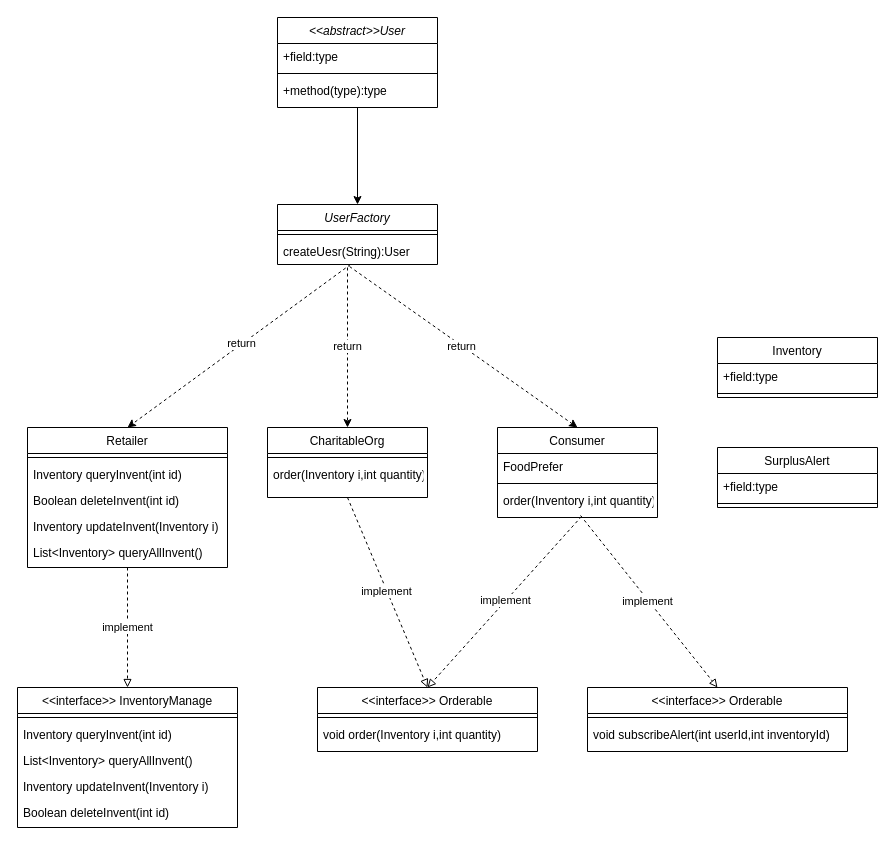
panjuncai/Req keeps this draw.io diagram as FWRP-class.drawio. Above is the earlier version. Source tidied: cells renumbered, new cells numbered last; positions are measured from the earlier drawing's top-left corner, leaving out a move shared by most shapes. Both pictures are drawn from the tidied source at 100%, with x=0, y=0 at pixel (17, 17).
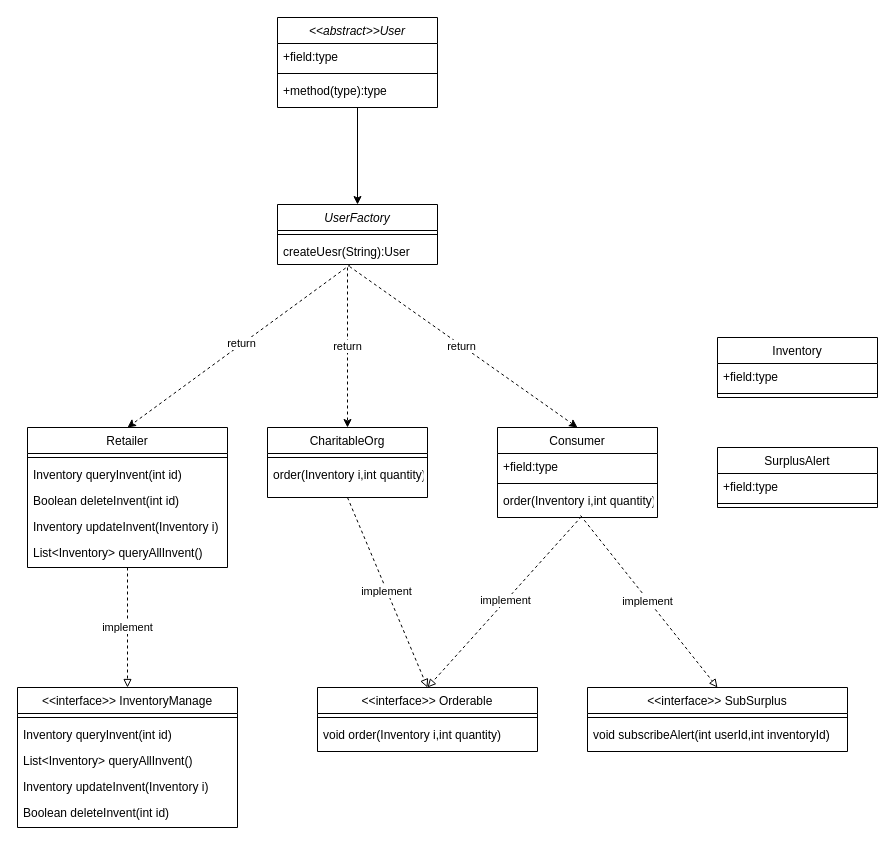
The same page after the edit.

The change refers to these unchanged cells:
```xml
<mxCell id="15" value="Consumer" style="swimlane;fontStyle=0;align=center;verticalAlign=top;horizontal=1;startSize=26;rounded=0;shadow=0;strokeWidth=1;" parent="1" vertex="1">
  <mxGeometry x="480" y="410" width="160" height="90" as="geometry" />
</mxCell>
```

Change to the diagram source:
```diff
@@
-    <mxCell id="16" value="FoodPrefer" style="text;align=left;verticalAlign=top;spacingLeft=4;spacingRight=4;overflow=hidden;" parent="15" vertex="1">
+    <mxCell id="16" value="+field:type" style="text;align=left;verticalAlign=top;spacingLeft=4;spacingRight=4;overflow=hidden;" parent="15" vertex="1">
       <mxGeometry y="26" width="160" height="26" as="geometry" />
     </mxCell>
@@
-    <mxCell id="44" value="&lt;&lt;interface&gt;&gt; Orderable" style="swimlane;fontStyle=0;align=center;verticalAlign=top;horizontal=1;startSize=26;rounded=0;shadow=0;strokeWidth=1;" parent="1" vertex="1">
+    <mxCell id="44" value="&lt;&lt;interface&gt;&gt; SubSurplus" style="swimlane;fontStyle=0;align=center;verticalAlign=top;horizontal=1;startSize=26;rounded=0;shadow=0;strokeWidth=1;" parent="1" vertex="1">
       <mxGeometry x="570" y="670" width="260" height="64" as="geometry" />
     </mxCell>
```
